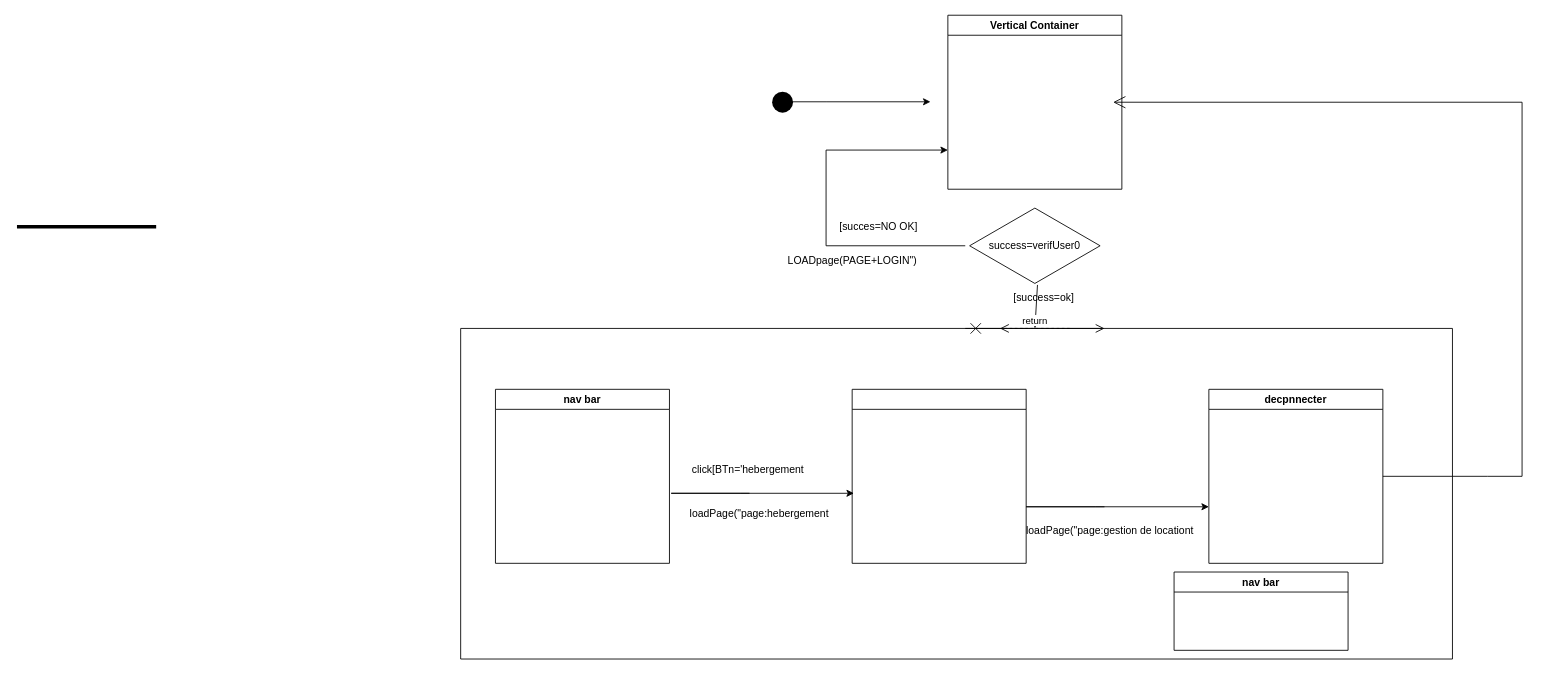
Earlier version of the draw.io diagram UML ETAT TRANSITION.drawio (djn-web/djn-web). Source tidied: cells renumbered, new cells numbered last; positions are measured from the earlier drawing's top-left corner, leaving out a move shared by most shapes. Both pictures are drawn from the tidied source at 87%, with x=0, y=0 at pixel (17, 15).
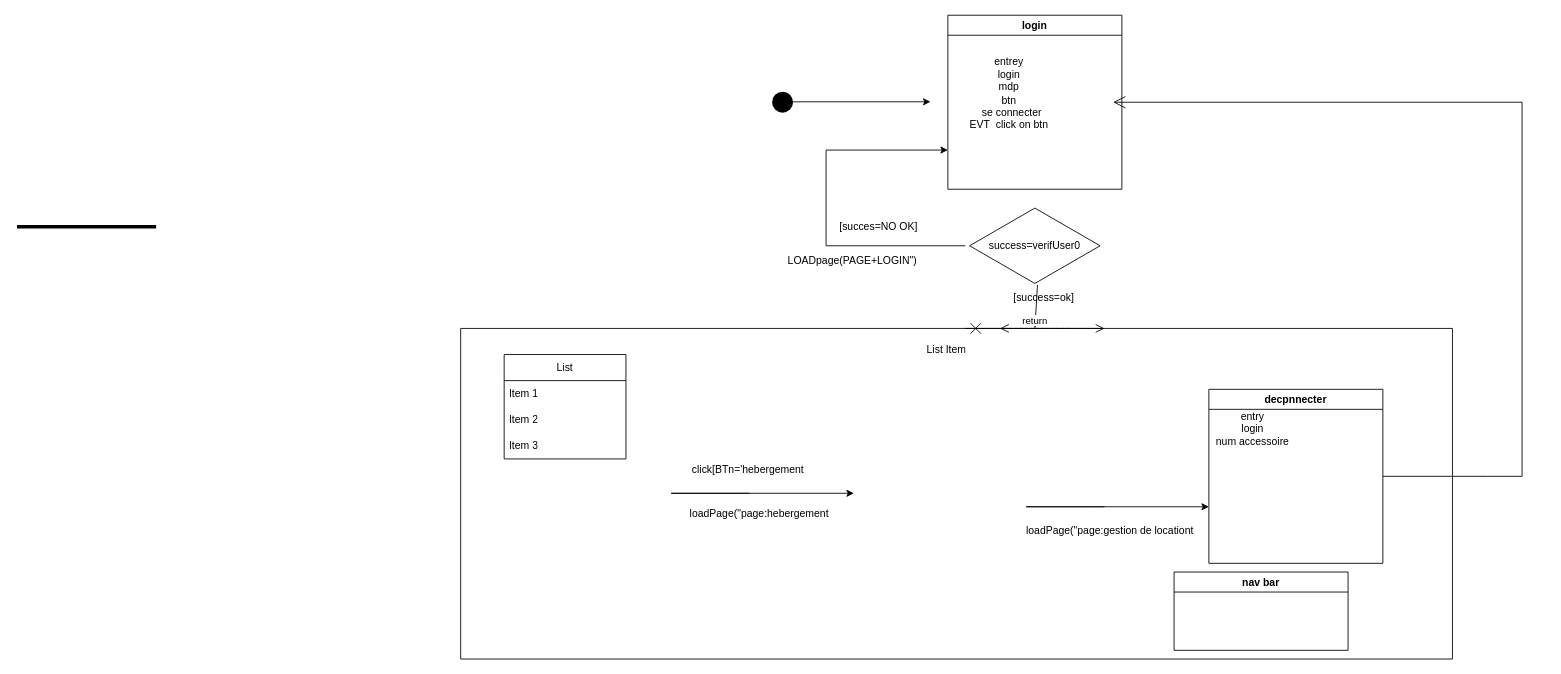
The same page after the edit.

Commit message:
Mettre à jour UML ETAT TRANSITION.drawio

The change refers to these unchanged cells:
```xml
<mxCell id="6" style="swimlane;startSize=0;" parent="1" vertex="1">
  <mxGeometry x="510" y="360" width="1140" height="380" as="geometry" />
</mxCell>
```

The edit, as a diff of the source:
```diff
@@
-    <mxCell id="2" value="Vertical Container" style="swimlane;whiteSpace=wrap;html=1;" parent="1" vertex="1">
+    <mxCell id="2" value="login" style="swimlane;whiteSpace=wrap;html=1;" parent="1" vertex="1">
       <mxGeometry x="1070" width="200" height="200" as="geometry" />
     </mxCell>
+    <mxCell id="27" value="&lt;div&gt;entrey&lt;/div&gt;&lt;div&gt;login&lt;/div&gt;&lt;div&gt;mdp&lt;/div&gt;&lt;div&gt;btn&lt;/div&gt;&lt;div&gt;&amp;nbsp; se connecter &lt;br&gt;&lt;/div&gt;&lt;div&gt;EVT&amp;nbsp; click on btn&lt;br&gt;&lt;/div&gt;" style="text;html=1;align=center;verticalAlign=middle;strokeColor=none;fillColor=none;" parent="2" vertex="1">
+      <mxGeometry x="15" y="40" width="110" height="100" as="geometry" />
+    </mxCell>
@@
-    <mxCell id="7" value="nav bar" style="swimlane;whiteSpace=wrap;html=1;" parent="6" vertex="1">
-      <mxGeometry x="40" y="70" width="200" height="200" as="geometry" />
-    </mxCell>
-    <mxCell id="8" value="&lt;div&gt;&lt;br&gt;&lt;/div&gt;&lt;div&gt;&lt;br&gt;&lt;/div&gt;&lt;div&gt;&lt;br&gt;&lt;/div&gt;&lt;div&gt;&lt;br&gt;&lt;/div&gt;&lt;div&gt;&lt;br&gt;&lt;/div&gt;&lt;div&gt;&lt;br&gt;&lt;/div&gt;&lt;div&gt;&lt;br&gt;&lt;/div&gt;&lt;div&gt;&lt;br&gt;&lt;/div&gt;&lt;div&gt;&lt;br&gt;&lt;/div&gt;&lt;div&gt;&lt;br&gt;&lt;/div&gt;&lt;div&gt;&lt;br&gt;&lt;/div&gt;&lt;div&gt;&lt;br&gt;&lt;/div&gt;&lt;div&gt;&lt;br&gt;&lt;/div&gt;&lt;div&gt;&lt;br&gt;&lt;/div&gt;&lt;div&gt;&lt;br&gt;&lt;/div&gt;&lt;div&gt;&lt;br&gt;&lt;/div&gt;&lt;div&gt;&lt;br&gt;&lt;/div&gt;&lt;div&gt;&lt;br&gt;&lt;/div&gt;&lt;div&gt;&lt;br&gt;&lt;/div&gt;&lt;div&gt;&lt;br&gt;&lt;/div&gt;&lt;div&gt;&lt;br&gt;&lt;/div&gt;&lt;div&gt;&lt;br&gt;&lt;/div&gt;&lt;div&gt;&lt;br&gt;&lt;/div&gt;" style="swimlane;whiteSpace=wrap;html=1;startSize=23;" parent="6" vertex="1">
-      <mxGeometry x="450" y="70" width="200" height="200" as="geometry" />
-    </mxCell>
@@
+    <mxCell id="28" value="List" style="swimlane;fontStyle=0;horizontal=1;startSize=30;whiteSpace=wrap;html=1;" parent="6" vertex="1">
+      <mxGeometry x="50" y="30" width="140" height="120" as="geometry" />
+    </mxCell>
+    <mxCell id="29" value="Item 1" style="text;strokeColor=none;fillColor=none;align=left;verticalAlign=middle;spacingLeft=4;spacingRight=4;overflow=hidden;whiteSpace=wrap;html=1;" parent="28" vertex="1">
+      <mxGeometry y="30" width="140" height="30" as="geometry" />
+    </mxCell>
+    <mxCell id="30" value="Item 2" style="text;strokeColor=none;fillColor=none;align=left;verticalAlign=middle;spacingLeft=4;spacingRight=4;overflow=hidden;whiteSpace=wrap;html=1;" parent="28" vertex="1">
+      <mxGeometry y="60" width="140" height="30" as="geometry" />
+    </mxCell>
+    <mxCell id="31" value="Item 3" style="text;strokeColor=none;fillColor=none;align=left;verticalAlign=middle;spacingLeft=4;spacingRight=4;overflow=hidden;whiteSpace=wrap;html=1;" parent="28" vertex="1">
+      <mxGeometry y="90" width="140" height="30" as="geometry" />
+    </mxCell>
@@
+    <mxCell id="32" value="List Item" style="text;strokeColor=none;fillColor=none;align=left;verticalAlign=middle;spacingLeft=4;spacingRight=4;overflow=hidden;whiteSpace=wrap;html=1;" parent="1" vertex="1">
+      <mxGeometry x="1040" y="370" width="80" height="30" as="geometry" />
+    </mxCell>
+    <mxCell id="33" value="&lt;div&gt;entry&lt;/div&gt;&lt;div&gt;login &lt;br&gt;&lt;/div&gt;&lt;div&gt;num accessoire&lt;/div&gt;&lt;div&gt;&lt;br&gt;&lt;/div&gt;" style="text;html=1;align=center;verticalAlign=middle;strokeColor=none;fillColor=none;" parent="1" vertex="1">
+      <mxGeometry x="1365" y="448" width="110" height="70" as="geometry" />
+    </mxCell>
```
